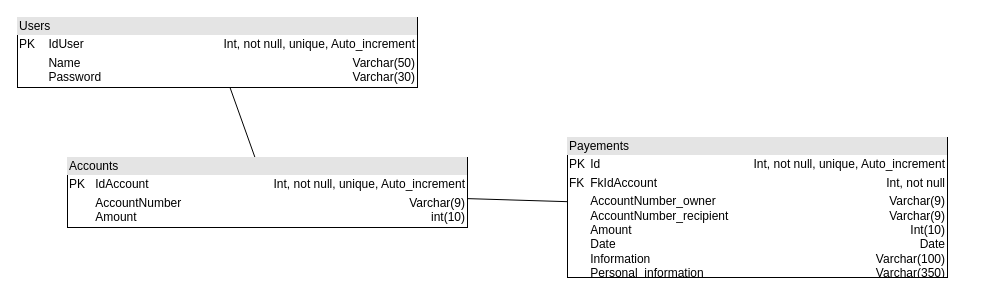
Above: Documentation/MLD.drawio in Trobinsch/TPI_RSZ (draw.io), before the change. Source tidied: cells renumbered, new cells numbered last; positions are measured from the earlier drawing's top-left corner, leaving out a move shared by most shapes. Both pictures are drawn from the tidied source at 100%, with x=0, y=0 at pixel (17, 17).
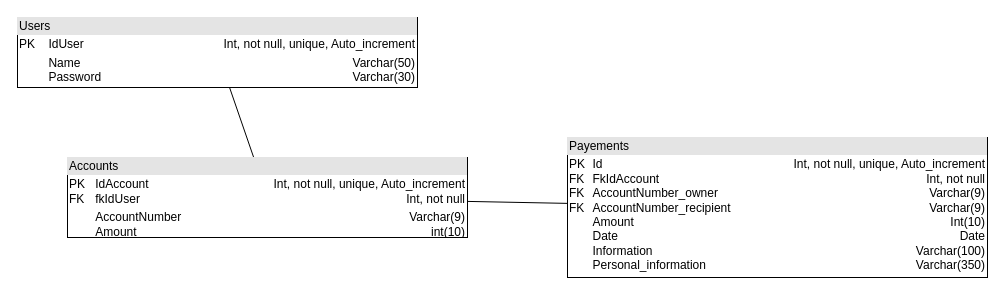
After the change.

Diff of the diagram source:
```diff
@@
 <mxGraphModel>
   <root>
     <mxCell id="0" />
     <mxCell id="1" parent="0" />
     <mxCell id="2" value="&lt;div style=&quot;box-sizing: border-box ; width: 100% ; background: #e4e4e4 ; padding: 2px&quot;&gt;Users&lt;/div&gt;&lt;table style=&quot;width: 100% ; font-size: 1em&quot; cellpadding=&quot;2&quot; cellspacing=&quot;0&quot;&gt;&lt;tbody&gt;&lt;tr&gt;&lt;td&gt;PK&lt;/td&gt;&lt;td&gt;IdUser&lt;/td&gt;&lt;td style=&quot;text-align: right&quot;&gt;Int, not null, unique, Auto_increment&lt;/td&gt;&lt;/tr&gt;&lt;tr&gt;&lt;td&gt;&lt;br&gt;&lt;/td&gt;&lt;td&gt;Name&lt;br&gt;Password&lt;/td&gt;&lt;td style=&quot;text-align: right&quot;&gt;Varchar(50)&lt;br&gt;Varchar(30)&lt;/td&gt;&lt;/tr&gt;&lt;tr&gt;&lt;td&gt;&lt;/td&gt;&lt;td&gt;&lt;br&gt;&lt;/td&gt;&lt;td style=&quot;text-align: right&quot;&gt;&lt;br&gt;&lt;/td&gt;&lt;/tr&gt;&lt;/tbody&gt;&lt;/table&gt;" style="verticalAlign=top;align=left;overflow=fill;html=1;" parent="1" vertex="1">
       <mxGeometry width="400" height="70" as="geometry" />
     </mxCell>
-    <mxCell id="3" value="&lt;div style=&quot;box-sizing: border-box ; width: 100% ; background: #e4e4e4 ; padding: 2px&quot;&gt;Payements&lt;/div&gt;&lt;table style=&quot;width: 100% ; font-size: 1em&quot; cellpadding=&quot;2&quot; cellspacing=&quot;0&quot;&gt;&lt;tbody&gt;&lt;tr&gt;&lt;td&gt;PK&lt;/td&gt;&lt;td&gt;Id&lt;/td&gt;&lt;td style=&quot;text-align: right&quot;&gt;Int, not null, unique, Auto_increment&lt;/td&gt;&lt;/tr&gt;&lt;tr&gt;&lt;td&gt;FK&lt;/td&gt;&lt;td&gt;FkIdAccount&lt;br&gt;&lt;/td&gt;&lt;td style=&quot;text-align: right&quot;&gt;Int, not null&lt;/td&gt;&lt;/tr&gt;&lt;tr&gt;&lt;td&gt;&lt;/td&gt;&lt;td&gt;AccountNumber_owner&lt;br&gt;AccountNumber_recipient&lt;br&gt;Amount&lt;br&gt;Date&lt;br&gt;Information&lt;br&gt;Personal_information&lt;/td&gt;&lt;td&gt;&lt;div style=&quot;text-align: right&quot;&gt;Varchar(9)&lt;/div&gt;&lt;div style=&quot;text-align: right&quot;&gt;Varchar(9)&lt;/div&gt;&lt;div style=&quot;text-align: right&quot;&gt;Int(10)&lt;/div&gt;&lt;div style=&quot;text-align: right&quot;&gt;Date&lt;/div&gt;&lt;div style=&quot;text-align: right&quot;&gt;Varchar(100)&lt;/div&gt;&lt;div style=&quot;text-align: right&quot;&gt;Varchar(350)&lt;/div&gt;&lt;/td&gt;&lt;/tr&gt;&lt;/tbody&gt;&lt;/table&gt;" style="verticalAlign=top;align=left;overflow=fill;html=1;" parent="1" vertex="1">
-      <mxGeometry x="550" y="120" width="380" height="140" as="geometry" />
+    <mxCell id="3" value="&lt;div style=&quot;box-sizing: border-box ; width: 100% ; background: #e4e4e4 ; padding: 2px&quot;&gt;Payements&lt;/div&gt;&lt;table style=&quot;width: 100% ; font-size: 1em&quot; cellpadding=&quot;2&quot; cellspacing=&quot;0&quot;&gt;&lt;tbody&gt;&lt;tr&gt;&lt;td&gt;PK&lt;br&gt;FK&lt;br&gt;FK&lt;br&gt;FK&lt;br&gt;&lt;br&gt;&lt;br&gt;&lt;br&gt;&lt;br&gt;&lt;/td&gt;&lt;td&gt;Id&lt;br&gt;FkIdAccount&lt;br&gt;AccountNumber_owner&lt;br&gt;AccountNumber_recipient&lt;br&gt;Amount&lt;br&gt;Date&lt;br&gt;Information&lt;br&gt;Personal_information&lt;/td&gt;&lt;td style=&quot;text-align: right&quot;&gt;Int, not null, unique, Auto_increment&lt;br&gt;Int, not null&lt;br&gt;Varchar(9)&lt;br&gt;Varchar(9)&lt;br&gt;Int(10)&lt;br&gt;Date&lt;br&gt;Varchar(100)&lt;br&gt;Varchar(350)&lt;/td&gt;&lt;/tr&gt;&lt;tr&gt;&lt;td&gt;&lt;br&gt;&lt;br&gt;&lt;br&gt;&lt;/td&gt;&lt;td&gt;&lt;br&gt;&lt;/td&gt;&lt;td style=&quot;text-align: right&quot;&gt;&lt;br&gt;&lt;/td&gt;&lt;/tr&gt;&lt;tr&gt;&lt;td&gt;&lt;/td&gt;&lt;td&gt;&lt;br&gt;&lt;/td&gt;&lt;td&gt;&lt;div style=&quot;text-align: right&quot;&gt;&lt;br&gt;&lt;/div&gt;&lt;/td&gt;&lt;/tr&gt;&lt;/tbody&gt;&lt;/table&gt;" style="verticalAlign=top;align=left;overflow=fill;html=1;" parent="1" vertex="1">
+      <mxGeometry x="550" y="120" width="420" height="140" as="geometry" />
     </mxCell>
     <mxCell id="4" style="endArrow=none;html=1;" parent="1" edge="1" source="2" target="5">
       <mxGeometry relative="1" as="geometry" />
     </mxCell>
-    <mxCell id="5" value="&lt;div style=&quot;box-sizing: border-box ; width: 100% ; background: #e4e4e4 ; padding: 2px&quot;&gt;Accounts&lt;/div&gt;&lt;table style=&quot;width: 100% ; font-size: 1em&quot; cellpadding=&quot;2&quot; cellspacing=&quot;0&quot;&gt;&lt;tbody&gt;&lt;tr&gt;&lt;td&gt;PK&lt;/td&gt;&lt;td&gt;IdAccount&lt;/td&gt;&lt;td style=&quot;text-align: right&quot;&gt;Int, not null, unique, Auto_increment&lt;/td&gt;&lt;/tr&gt;&lt;tr&gt;&lt;td&gt;&lt;br&gt;&lt;/td&gt;&lt;td&gt;AccountNumber&lt;br&gt;Amount&lt;/td&gt;&lt;td style=&quot;text-align: right&quot;&gt;Varchar(9)&lt;br&gt;int(10)&lt;/td&gt;&lt;/tr&gt;&lt;tr&gt;&lt;td&gt;&lt;/td&gt;&lt;td&gt;&lt;br&gt;&lt;/td&gt;&lt;td style=&quot;text-align: right&quot;&gt;&lt;br&gt;&lt;/td&gt;&lt;/tr&gt;&lt;/tbody&gt;&lt;/table&gt;" style="verticalAlign=top;align=left;overflow=fill;html=1;" parent="1" vertex="1">
-      <mxGeometry x="50" y="140" width="400" height="70" as="geometry" />
+    <mxCell id="5" value="&lt;div style=&quot;box-sizing: border-box ; width: 100% ; background: #e4e4e4 ; padding: 2px&quot;&gt;Accounts&lt;/div&gt;&lt;table style=&quot;width: 100% ; font-size: 1em&quot; cellpadding=&quot;2&quot; cellspacing=&quot;0&quot;&gt;&lt;tbody&gt;&lt;tr&gt;&lt;td&gt;PK&lt;br&gt;FK&lt;/td&gt;&lt;td&gt;IdAccount&lt;br&gt;fkIdUser&lt;/td&gt;&lt;td style=&quot;text-align: right&quot;&gt;Int, not null, unique, Auto_increment&lt;br&gt;Int, not null&lt;/td&gt;&lt;/tr&gt;&lt;tr&gt;&lt;td&gt;&lt;br&gt;&lt;/td&gt;&lt;td&gt;AccountNumber&lt;br&gt;Amount&lt;/td&gt;&lt;td style=&quot;text-align: right&quot;&gt;Varchar(9)&lt;br&gt;int(10)&lt;/td&gt;&lt;/tr&gt;&lt;tr&gt;&lt;td&gt;&lt;/td&gt;&lt;td&gt;&lt;br&gt;&lt;/td&gt;&lt;td style=&quot;text-align: right&quot;&gt;&lt;br&gt;&lt;/td&gt;&lt;/tr&gt;&lt;/tbody&gt;&lt;/table&gt;" style="verticalAlign=top;align=left;overflow=fill;html=1;" parent="1" vertex="1">
+      <mxGeometry x="50" y="140" width="400" height="80" as="geometry" />
     </mxCell>
     <mxCell id="6" style="endArrow=none;html=1;" parent="1" edge="1" source="5" target="3">
       <mxGeometry relative="1" as="geometry" />
     </mxCell>
   </root>
 </mxGraphModel>
```
